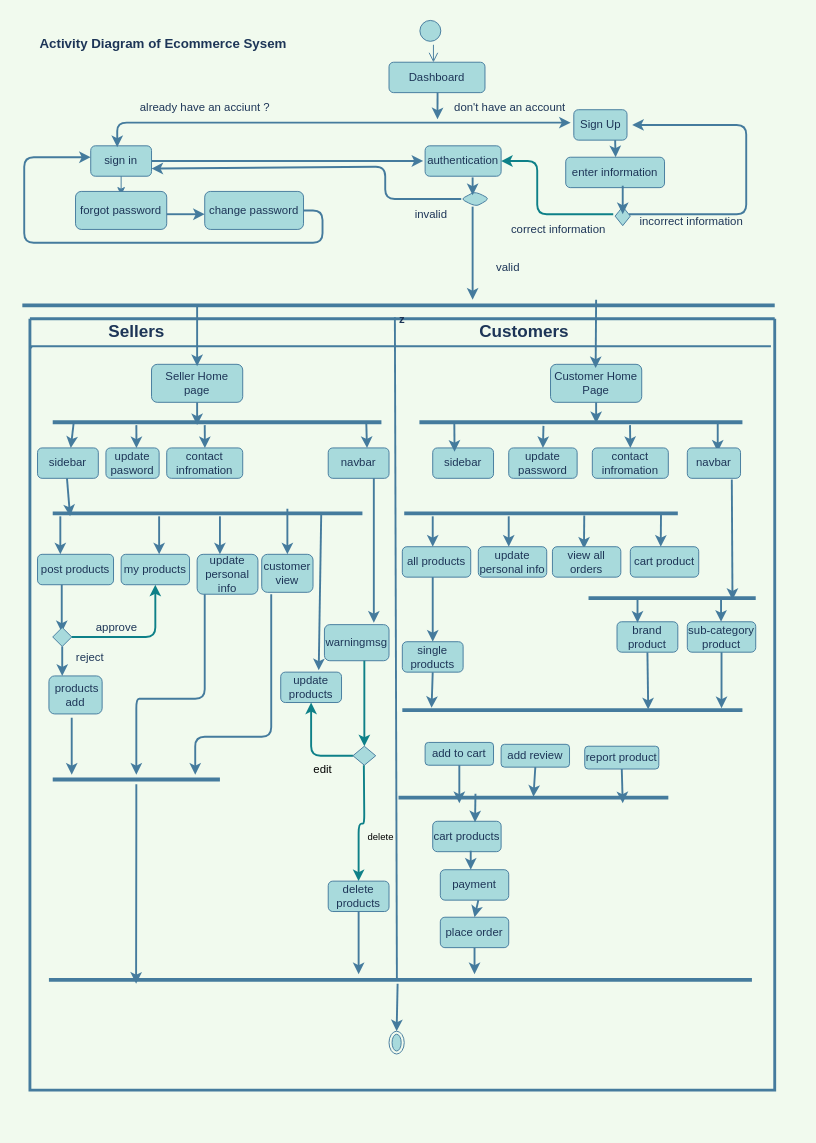
This is Activity Diagram Customers.drawio from Nasrinjaha/Click-Collect, a draw.io file, before an edit. Source tidied: cells renumbered, new cells numbered last; positions are measured from the earlier drawing's top-left corner, leaving out a move shared by most shapes. Both pictures are drawn from the tidied source at 95%, with x=0, y=0 at pixel (22, 16).
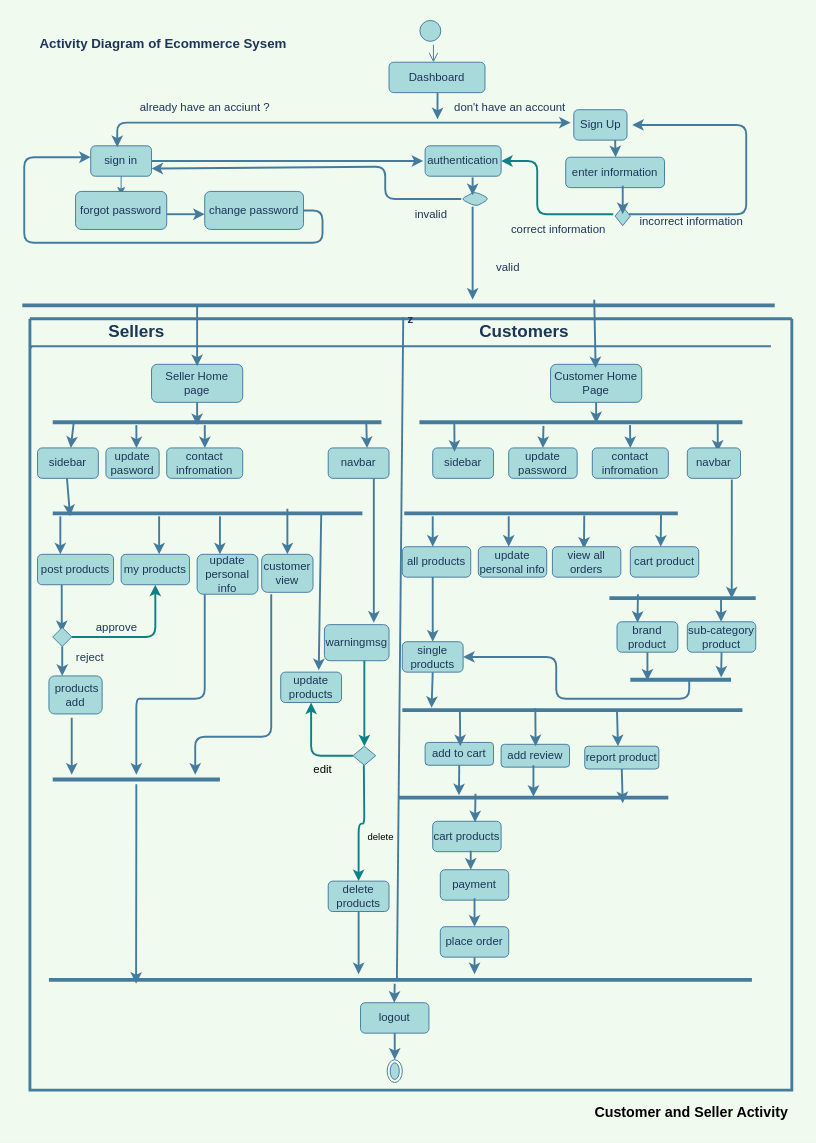
Above is the later version.

Unchanged cells that the change refers to:
```xml
<mxCell id="54" value="navbar" style="whiteSpace=wrap;html=1;fillColor=#A8DADC;strokeColor=#457B9D;fontColor=#1D3557;rounded=1;" parent="18" vertex="1">
  <mxGeometry x="692" y="136" width="56" height="32" as="geometry" />
</mxCell>
<mxCell id="60" value="sub-category&lt;br&gt;product" style="whiteSpace=wrap;html=1;fillColor=#A8DADC;strokeColor=#457B9D;fontColor=#1D3557;rounded=1;" parent="18" vertex="1">
  <mxGeometry x="692" y="319" width="72" height="32" as="geometry" />
</mxCell>
<mxCell id="61" style="line;strokeWidth=4;html=1;shadow=0;glass=0;labelBackgroundColor=none;labelBorderColor=none;fontFamily=Times New Roman;fontSize=18;fillColor=#A8DADC;strokeColor=#457B9D;fontColor=#1D3557;rounded=1;" parent="18" vertex="1">
  <mxGeometry x="392" y="408" width="358" height="8" as="geometry" />
</mxCell>
<mxCell id="63" style="line;strokeWidth=4;html=1;shadow=0;glass=0;labelBackgroundColor=none;labelBorderColor=none;fontFamily=Times New Roman;fontSize=18;fillColor=#A8DADC;strokeColor=#457B9D;fontColor=#1D3557;rounded=1;" parent="18" vertex="1">
  <mxGeometry x="388" y="500" width="284" height="8" as="geometry" />
</mxCell>
<mxCell id="72" style="line;strokeWidth=4;html=1;shadow=0;glass=0;labelBackgroundColor=none;labelBorderColor=none;fontFamily=Times New Roman;fontSize=18;fillColor=#A8DADC;strokeColor=#457B9D;fontColor=#1D3557;rounded=1;" parent="18" vertex="1">
  <mxGeometry x="20" y="692" width="740" height="8" as="geometry" />
</mxCell>
<mxCell id="79" value="add review" style="whiteSpace=wrap;html=1;fillColor=#A8DADC;strokeColor=#457B9D;fontColor=#1D3557;rounded=1;" parent="18" vertex="1">
  <mxGeometry x="496" y="448" width="72" height="24" as="geometry" />
</mxCell>
<mxCell id="107" value="brand product" style="whiteSpace=wrap;html=1;fillColor=#A8DADC;strokeColor=#457B9D;fontColor=#1D3557;rounded=1;" parent="18" vertex="1">
  <mxGeometry x="618" y="319" width="64" height="32" as="geometry" />
</mxCell>
<mxCell id="111" value="single products" style="whiteSpace=wrap;html=1;fillColor=#A8DADC;strokeColor=#457B9D;fontColor=#1D3557;rounded=1;" parent="18" vertex="1">
  <mxGeometry x="392" y="340" width="64" height="32" as="geometry" />
</mxCell>
<mxCell id="113" value="add to cart" style="whiteSpace=wrap;html=1;fillColor=#A8DADC;strokeColor=#457B9D;fontColor=#1D3557;rounded=1;" parent="18" vertex="1">
  <mxGeometry x="416" y="446" width="72" height="24" as="geometry" />
</mxCell>
<mxCell id="115" value="payment" style="whiteSpace=wrap;html=1;fillColor=#A8DADC;strokeColor=#457B9D;fontColor=#1D3557;rounded=1;" parent="18" vertex="1">
  <mxGeometry x="432" y="580" width="72" height="32" as="geometry" />
</mxCell>
```

The edit, as a diff of the source:
```diff
@@
     <mxCell id="18" value="z" style="swimlane;startSize=0;strokeWidth=3;fillColor=#A8DADC;strokeColor=#457B9D;fontColor=#1D3557;rounded=1;" parent="1" vertex="1">
-      <mxGeometry x="8" y="318" width="784" height="812" as="geometry" />
+      <mxGeometry x="8" y="318" width="802" height="812" as="geometry" />
     </mxCell>
@@
     <mxCell id="56" style="line;strokeWidth=4;html=1;shadow=0;glass=0;labelBackgroundColor=none;labelBorderColor=none;fontFamily=Times New Roman;fontSize=18;fillColor=#A8DADC;strokeColor=#457B9D;fontColor=#1D3557;rounded=1;" parent="18" vertex="1">
-      <mxGeometry x="588" y="290" width="176" height="8" as="geometry" />
+      <mxGeometry x="610" y="290" width="154" height="8" as="geometry" />
     </mxCell>
@@
-    <mxCell id="58" style="edgeStyle=none;jettySize=auto;html=1;strokeWidth=2;fontSize=19;labelBackgroundColor=#F1FAEE;strokeColor=#457B9D;fontColor=#1D3557;rounded=1;exitX=0.836;exitY=1.038;exitDx=0;exitDy=0;exitPerimeter=0;entryX=0.861;entryY=0.75;entryDx=0;entryDy=0;entryPerimeter=0;" parent="18" edge="1" source="54" target="56">
+    <mxCell id="58" style="edgeStyle=none;jettySize=auto;html=1;strokeWidth=2;fontSize=19;labelBackgroundColor=#F1FAEE;strokeColor=#457B9D;fontColor=#1D3557;rounded=1;exitX=0.836;exitY=1.038;exitDx=0;exitDy=0;exitPerimeter=0;entryX=0.836;entryY=0.55;entryDx=0;entryDy=0;entryPerimeter=0;" parent="18" edge="1" source="54" target="56">
       <mxGeometry relative="1" as="geometry" />
     </mxCell>
@@
-    <mxCell id="66" style="edgeStyle=none;jettySize=auto;html=1;strokeWidth=2;fontSize=19;labelBackgroundColor=#F1FAEE;strokeColor=#457B9D;fontColor=#1D3557;rounded=1;exitX=0.5;exitY=1;exitDx=0;exitDy=0;" parent="18" edge="1" source="60">
-      <mxGeometry relative="1" as="geometry">
-        <mxPoint x="728" y="410" as="targetPoint" />
-      </mxGeometry>
+    <mxCell id="66" style="edgeStyle=none;jettySize=auto;html=1;strokeWidth=2;fontSize=19;labelBackgroundColor=#F1FAEE;strokeColor=#457B9D;fontColor=#1D3557;rounded=1;exitX=0.5;exitY=1;exitDx=0;exitDy=0;entryX=0.902;entryY=0.2;entryDx=0;entryDy=0;entryPerimeter=0;" parent="18" edge="1" source="60" target="142">
+      <mxGeometry relative="1" as="geometry" />
     </mxCell>
@@
-    <mxCell id="81" style="edgeStyle=none;jettySize=auto;html=1;strokeWidth=2;fontSize=19;labelBackgroundColor=#F1FAEE;strokeColor=#457B9D;fontColor=#1D3557;rounded=1;entryX=0.723;entryY=0.4;entryDx=0;entryDy=0;entryPerimeter=0;exitX=0.5;exitY=1;exitDx=0;exitDy=0;" parent="18" edge="1" source="107" target="61">
+    <mxCell id="81" style="edgeStyle=none;jettySize=auto;html=1;strokeWidth=2;fontSize=19;labelBackgroundColor=#F1FAEE;strokeColor=#457B9D;fontColor=#1D3557;rounded=1;entryX=0.17;entryY=0.6;entryDx=0;entryDy=0;entryPerimeter=0;exitX=0.5;exitY=1;exitDx=0;exitDy=0;" parent="18" edge="1" source="107" target="142">
       <mxGeometry relative="1" as="geometry" />
     </mxCell>
-    <mxCell id="82" style="edgeStyle=none;jettySize=auto;html=1;strokeWidth=2;fontSize=19;labelBackgroundColor=#F1FAEE;strokeColor=#457B9D;fontColor=#1D3557;rounded=1;startArrow=none;entryX=0.5;entryY=0.4;entryDx=0;entryDy=0;entryPerimeter=0;exitX=0.5;exitY=1;exitDx=0;exitDy=0;" parent="18" edge="1" source="79" target="63">
-      <mxGeometry relative="1" as="geometry" />
+    <mxCell id="82" style="edgeStyle=none;jettySize=auto;html=1;strokeWidth=2;fontSize=19;labelBackgroundColor=#F1FAEE;strokeColor=#457B9D;fontColor=#1D3557;rounded=1;startArrow=none;entryX=0.5;entryY=0.4;entryDx=0;entryDy=0;entryPerimeter=0;" parent="18" edge="1" target="63">
+      <mxGeometry relative="1" as="geometry">
+        <mxPoint x="530" y="470" as="sourcePoint" />
+      </mxGeometry>
     </mxCell>
@@
     <mxCell id="85" style="edgeStyle=none;orthogonalLoop=1;jettySize=auto;html=1;strokeWidth=2;fontSize=19;labelBackgroundColor=#F1FAEE;strokeColor=#457B9D;fontColor=#1D3557;rounded=1;" parent="18" edge="1">
       <mxGeometry relative="1" as="geometry">
-        <mxPoint x="596" y="-20" as="sourcePoint" />
+        <mxPoint x="594" y="-20" as="sourcePoint" />
         <mxPoint x="595.5" y="52" as="targetPoint" />
       </mxGeometry>
     </mxCell>
@@
     <mxCell id="98" style="ellipse;html=1;shape=endState;fillColor=#A8DADC;strokeColor=#457B9D;fontColor=#1D3557;" parent="18" vertex="1">
-      <mxGeometry x="378" y="750" width="16" height="24" as="geometry" />
+      <mxGeometry x="376" y="780" width="16" height="24" as="geometry" />
     </mxCell>
-    <mxCell id="99" style="edgeStyle=none;jettySize=auto;html=1;strokeWidth=2;fontSize=19;labelBackgroundColor=#F1FAEE;strokeColor=#457B9D;fontColor=#1D3557;rounded=1;startArrow=none;exitX=0.496;exitY=1;exitDx=0;exitDy=0;exitPerimeter=0;entryX=0.5;entryY=0;entryDx=0;entryDy=0;" parent="18" edge="1" source="72" target="98">
+    <mxCell id="99" style="edgeStyle=none;jettySize=auto;html=1;strokeWidth=2;fontSize=19;labelBackgroundColor=#F1FAEE;strokeColor=#457B9D;fontColor=#1D3557;rounded=1;startArrow=none;entryX=0.5;entryY=0;entryDx=0;entryDy=0;" parent="18" edge="1" source="140" target="98">
       <mxGeometry relative="1" as="geometry" />
     </mxCell>
@@
-    <mxCell id="108" style="edgeStyle=none;jettySize=auto;html=1;strokeWidth=2;fontSize=19;labelBackgroundColor=#F1FAEE;strokeColor=#457B9D;fontColor=#1D3557;rounded=1;exitX=0.293;exitY=0.55;exitDx=0;exitDy=0;exitPerimeter=0;entryX=0.337;entryY=0.031;entryDx=0;entryDy=0;entryPerimeter=0;" parent="18" edge="1" source="56" target="107">
-      <mxGeometry relative="1" as="geometry" />
+    <mxCell id="108" style="edgeStyle=none;jettySize=auto;html=1;strokeWidth=2;fontSize=19;labelBackgroundColor=#F1FAEE;strokeColor=#457B9D;fontColor=#1D3557;rounded=1;entryX=0.337;entryY=0.031;entryDx=0;entryDy=0;entryPerimeter=0;" parent="18" edge="1" target="107">
+      <mxGeometry relative="1" as="geometry">
+        <mxPoint x="640" y="290" as="sourcePoint" />
+      </mxGeometry>
     </mxCell>
@@
     <mxCell id="112" value="place order" style="whiteSpace=wrap;html=1;fillColor=#A8DADC;strokeColor=#457B9D;fontColor=#1D3557;rounded=1;" parent="18" vertex="1">
-      <mxGeometry x="432" y="630" width="72" height="32" as="geometry" />
+      <mxGeometry x="432" y="640" width="72" height="32" as="geometry" />
     </mxCell>
@@
-    <mxCell id="114" style="edgeStyle=none;jettySize=auto;html=1;strokeWidth=2;fontSize=19;labelBackgroundColor=#F1FAEE;strokeColor=#457B9D;fontColor=#1D3557;rounded=1;startArrow=none;" parent="18" edge="1" source="113">
-      <mxGeometry relative="1" as="geometry">
-        <mxPoint x="452" y="510" as="targetPoint" />
-      </mxGeometry>
+    <mxCell id="114" style="edgeStyle=none;jettySize=auto;html=1;strokeWidth=2;fontSize=19;labelBackgroundColor=#F1FAEE;strokeColor=#457B9D;fontColor=#1D3557;rounded=1;startArrow=none;entryX=0.224;entryY=0.2;entryDx=0;entryDy=0;entryPerimeter=0;" parent="18" edge="1" source="113" target="63">
+      <mxGeometry relative="1" as="geometry" />
     </mxCell>
@@
-    <mxCell id="118" style="edgeStyle=none;jettySize=auto;html=1;strokeWidth=2;fontSize=19;labelBackgroundColor=#F1FAEE;strokeColor=#457B9D;fontColor=#1D3557;rounded=1;exitX=0.5;exitY=1;exitDx=0;exitDy=0;entryX=0.5;entryY=0;entryDx=0;entryDy=0;" parent="18" edge="1" target="112">
-      <mxGeometry relative="1" as="geometry">
-        <mxPoint x="472" y="612" as="sourcePoint" />
-      </mxGeometry>
+    <mxCell id="118" style="edgeStyle=none;jettySize=auto;html=1;strokeWidth=2;fontSize=19;labelBackgroundColor=#F1FAEE;strokeColor=#457B9D;fontColor=#1D3557;rounded=1;exitX=0.5;exitY=0.938;exitDx=0;exitDy=0;exitPerimeter=0;" parent="18" edge="1" source="115" target="112">
+      <mxGeometry relative="1" as="geometry" />
     </mxCell>
+    <mxCell id="137" style="edgeStyle=none;orthogonalLoop=1;jettySize=auto;html=1;strokeWidth=2;fontSize=19;labelBackgroundColor=#F1FAEE;strokeColor=#457B9D;fontColor=#1D3557;rounded=1;exitX=0.5;exitY=1;exitDx=0;exitDy=0;" parent="18" edge="1">
+      <mxGeometry relative="1" as="geometry">
+        <mxPoint x="452.6" y="412.4" as="sourcePoint" />
+        <mxPoint x="453" y="450" as="targetPoint" />
+      </mxGeometry>
+    </mxCell>
+    <mxCell id="138" style="edgeStyle=none;orthogonalLoop=1;jettySize=auto;html=1;strokeWidth=2;fontSize=19;labelBackgroundColor=#F1FAEE;strokeColor=#457B9D;fontColor=#1D3557;rounded=1;entryX=0.723;entryY=0.4;entryDx=0;entryDy=0;entryPerimeter=0;" parent="18" edge="1">
+      <mxGeometry relative="1" as="geometry">
+        <mxPoint x="532" y="410" as="sourcePoint" />
+        <mxPoint x="532.3" y="450" as="targetPoint" />
+      </mxGeometry>
+    </mxCell>
+    <mxCell id="139" style="edgeStyle=none;orthogonalLoop=1;jettySize=auto;html=1;strokeWidth=2;fontSize=19;labelBackgroundColor=#F1FAEE;strokeColor=#457B9D;fontColor=#1D3557;rounded=1;exitX=0.5;exitY=1;exitDx=0;exitDy=0;" parent="18" edge="1">
+      <mxGeometry relative="1" as="geometry">
+        <mxPoint x="618" y="413.8" as="sourcePoint" />
+        <mxPoint x="619" y="450" as="targetPoint" />
+      </mxGeometry>
+    </mxCell>
+    <mxCell id="140" value="logout" style="whiteSpace=wrap;html=1;fillColor=#A8DADC;strokeColor=#457B9D;fontColor=#1D3557;rounded=1;" parent="18" vertex="1">
+      <mxGeometry x="348" y="720" width="72" height="32" as="geometry" />
+    </mxCell>
+    <mxCell id="141" style="edgeStyle=none;orthogonalLoop=1;jettySize=auto;html=1;strokeWidth=2;fontSize=19;labelBackgroundColor=#F1FAEE;strokeColor=#457B9D;fontColor=#1D3557;rounded=1;" parent="18" edge="1">
+      <mxGeometry relative="1" as="geometry">
+        <mxPoint x="384" y="700" as="sourcePoint" />
+        <mxPoint x="383.5" y="720" as="targetPoint" />
+      </mxGeometry>
+    </mxCell>
+    <mxCell id="142" style="line;strokeWidth=4;html=1;shadow=0;glass=0;labelBackgroundColor=none;labelBorderColor=none;fontFamily=Times New Roman;fontSize=18;fillColor=#A8DADC;strokeColor=#457B9D;fontColor=#1D3557;rounded=1;" parent="18" vertex="1">
+      <mxGeometry x="632" y="376" width="106" height="8" as="geometry" />
+    </mxCell>
+    <mxCell id="143" style="edgeStyle=none;jettySize=auto;html=1;strokeWidth=2;fontSize=19;labelBackgroundColor=#F1FAEE;strokeColor=#457B9D;fontColor=#1D3557;rounded=1;entryX=1;entryY=0.5;entryDx=0;entryDy=0;" parent="18" edge="1" target="111">
+      <mxGeometry relative="1" as="geometry">
+        <mxPoint x="694" y="380" as="sourcePoint" />
+        <Array as="points">
+          <mxPoint x="694" y="400" />
+          <mxPoint x="584" y="400" />
+          <mxPoint x="554" y="400" />
+          <mxPoint x="554" y="356" />
+        </Array>
+      </mxGeometry>
+    </mxCell>
@@
+    <mxCell id="144" value="&lt;font size=&quot;1&quot; style=&quot;&quot;&gt;&lt;b style=&quot;font-size: 15px;&quot;&gt;Customer and Seller Activity&lt;/b&gt;&lt;/font&gt;" style="text;html=1;align=center;verticalAlign=middle;strokeColor=none;fillColor=none;fontSize=10;" parent="1" vertex="1">
+      <mxGeometry x="589" y="1138" width="230" height="30" as="geometry" />
+    </mxCell>
```
